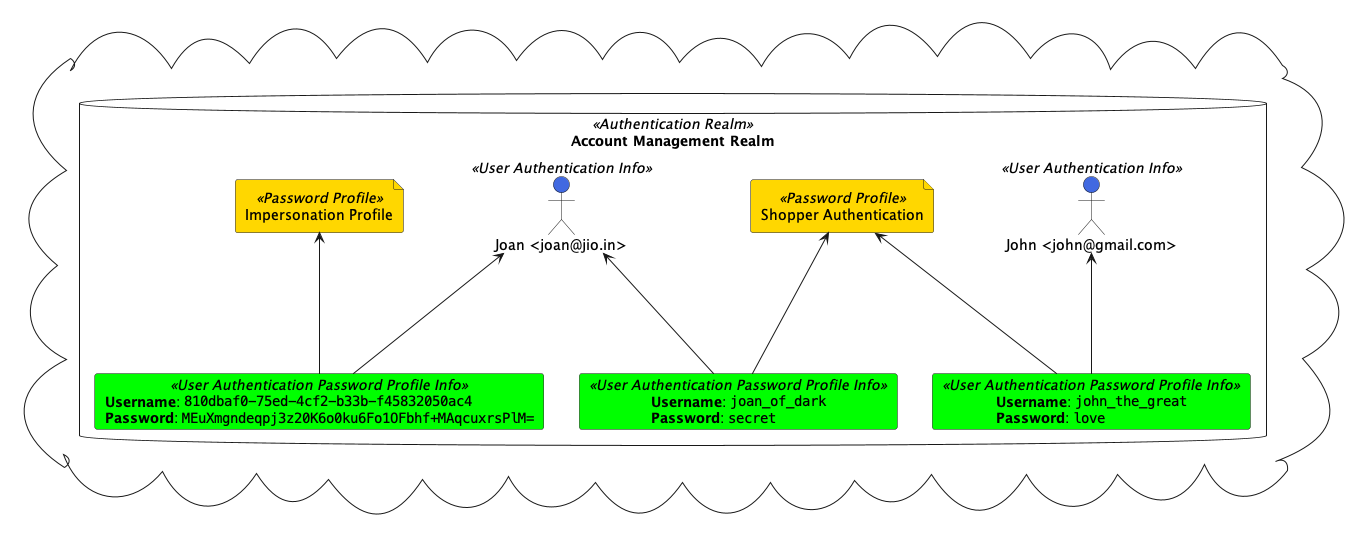
This is static/assets/password-profiles.png from elasticpath/elasticpath-dev, a PlantUML export, as it was before one commit.
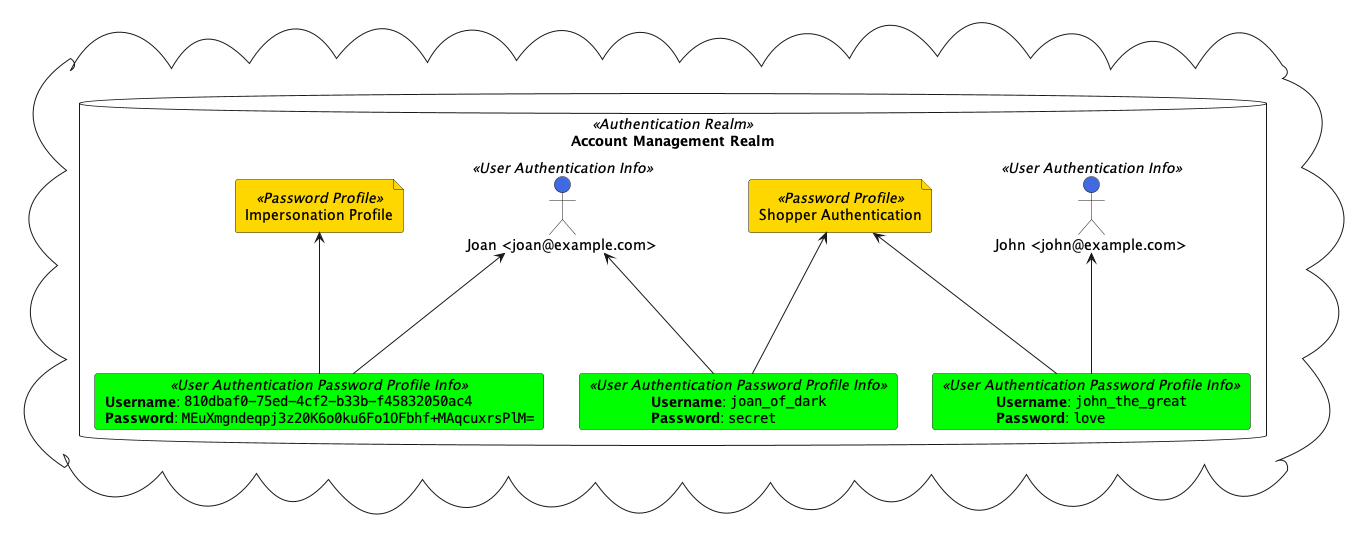
Later version of the same file.

The edit, as a diff of the source:
```diff
@@ -10,10 +10,10 @@
   file adminImpersonation as "Impersonation Profile" <<Password Profile>> #Gold
 
 
-  actor john as "John <john@gmail.com>" <<User Authentication Info>> #RoyalBlue
+  actor john as "John <john@example.com>" <<User Authentication Info>> #RoyalBlue
 
 
-  actor joan as "Joan <joan@jio.in>" <<User Authentication Info>> #RoyalBlue
+  actor joan as "Joan <joan@example.com>" <<User Authentication Info>> #RoyalBlue
 
   card johnDeets <<User Authentication Password Profile Info>> #Lime [
   <b>Username</b>: ""john_the_great""
```
